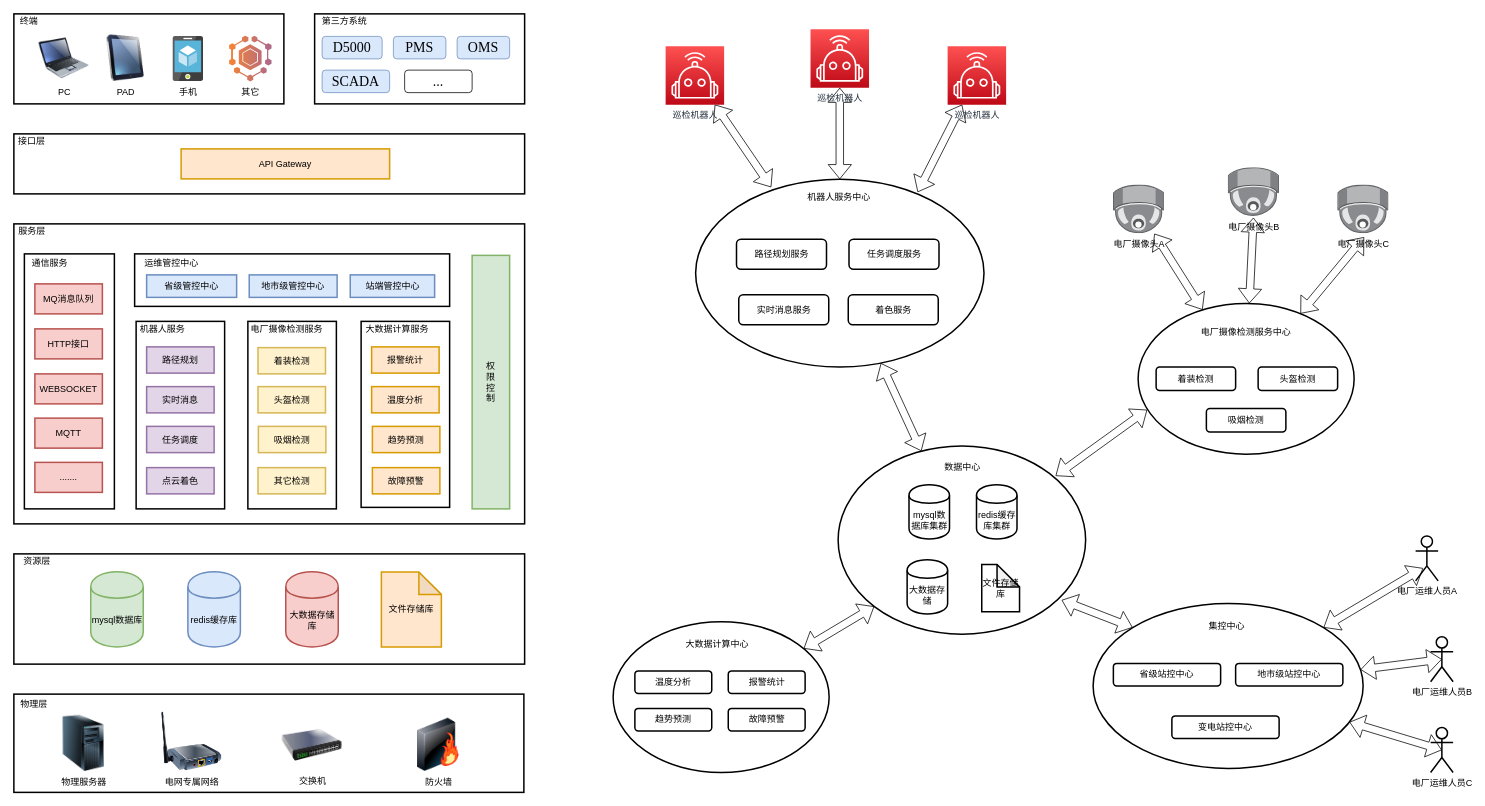
Earlier version of the draw.io diagram 易达智慧运维监控系统v2.0.drawio (wangyufei0807/draw). Source tidied: cells renumbered, new cells numbered last; positions are measured from the earlier drawing's top-left corner, leaving out a move shared by most shapes. Both pictures are drawn from the tidied source at 75%, with x=0, y=0 at pixel (14, 14).
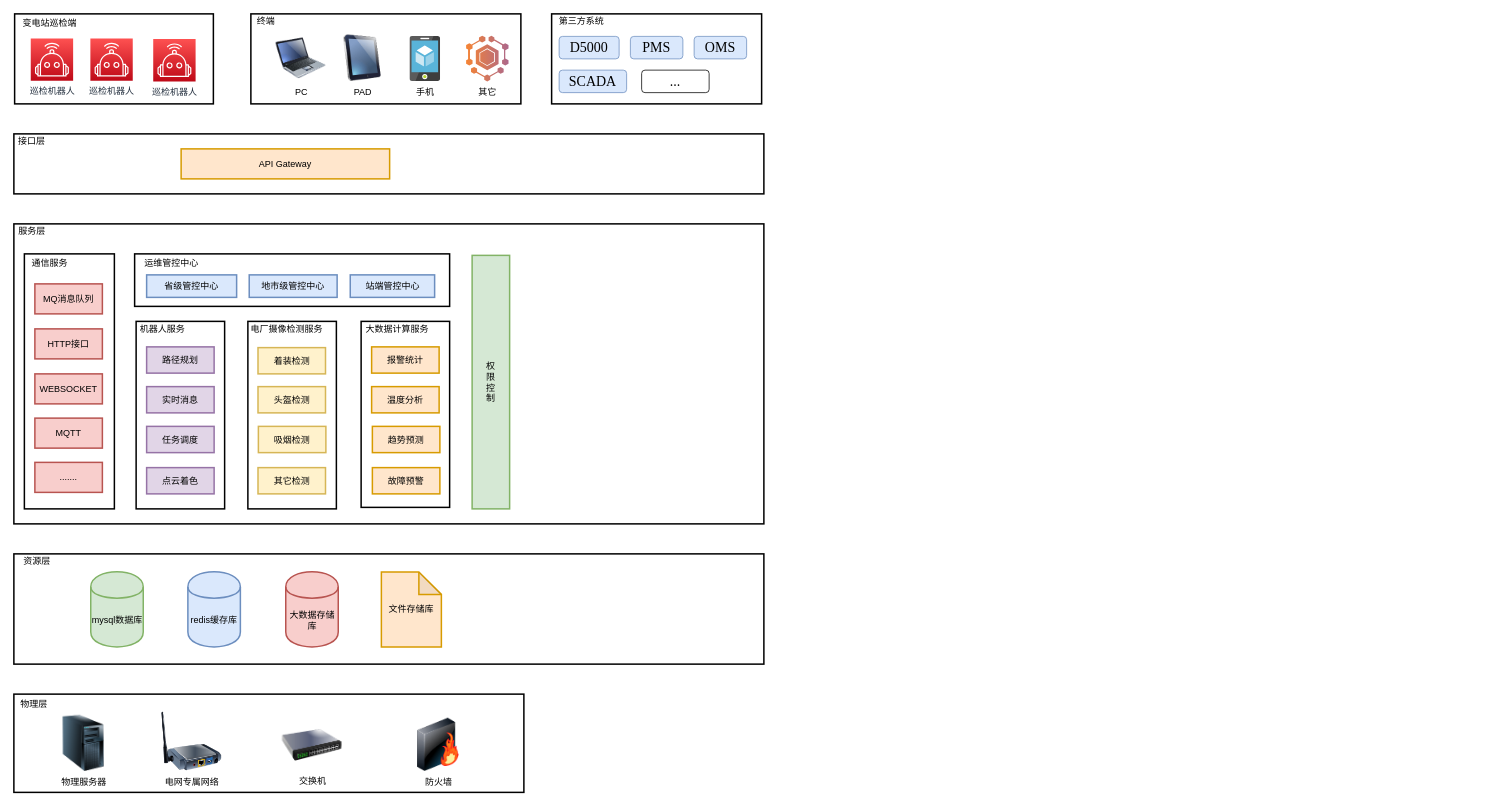
The same page after the edit.

Commit message (it also covers changes not shown here):
更新易达智慧运维监控系统v2.0.drawio

The edit, as a diff of the source:
```diff
@@
-    <mxCell id="2" style="shape=flexArrow;endArrow=classic;startArrow=classic;html=1;entryX=0.516;entryY=1.071;entryDx=0;entryDy=0;entryPerimeter=0;" parent="1" edge="1" source="3" target="94">
-      <mxGeometry relative="1" as="geometry" />
-    </mxCell>
-    <mxCell id="3" style="ellipse;whiteSpace=wrap;html=1;labelBackgroundColor=none;strokeWidth=2;fillColor=none;" parent="1" vertex="1">
-      <mxGeometry x="1499" y="386" width="288" height="201" as="geometry" />
-    </mxCell>
     <mxCell id="4" style="rounded=0;whiteSpace=wrap;html=1;labelBackgroundColor=#333333;strokeWidth=2;fillColor=none;" parent="1" vertex="1">
-      <mxGeometry y="280" width="681" height="400" as="geometry" />
+      <mxGeometry y="280" width="1000" height="400" as="geometry" />
     </mxCell>
@@
     <mxCell id="6" style="rounded=0;whiteSpace=wrap;html=1;strokeWidth=2;" parent="1" vertex="1">
-      <mxGeometry width="360" height="120" as="geometry" />
+      <mxGeometry x="316" width="360" height="120" as="geometry" />
     </mxCell>
     <mxCell id="7" style="rounded=0;whiteSpace=wrap;html=1;strokeWidth=2;" parent="1" vertex="1">
-      <mxGeometry x="401" width="280" height="120" as="geometry" />
+      <mxGeometry x="717" width="280" height="120" as="geometry" />
     </mxCell>
     <mxCell id="8" value="终端" style="text;html=1;strokeColor=none;fillColor=none;align=center;verticalAlign=middle;whiteSpace=wrap;rounded=0;" parent="1" vertex="1">
-      <mxGeometry width="41" height="20" as="geometry" />
+      <mxGeometry x="316" width="41" height="20" as="geometry" />
     </mxCell>
     <mxCell id="9" value="第三方系统" style="text;html=1;strokeColor=none;fillColor=none;align=center;verticalAlign=middle;whiteSpace=wrap;rounded=0;" parent="1" vertex="1">
-      <mxGeometry x="401" width="80" height="20" as="geometry" />
+      <mxGeometry x="717" width="80" height="20" as="geometry" />
     </mxCell>
     <mxCell id="10" value="&lt;span lang=&quot;EN-US&quot; style=&quot;white-space: normal ; font-size: 14pt ; font-family: &amp;#34;tim&amp;#34; , serif&quot;&gt;D5000&lt;/span&gt;&lt;span style=&quot;font-size: medium ; white-space: normal&quot;&gt;&lt;/span&gt;" style="rounded=1;whiteSpace=wrap;html=1;fillColor=#dae8fc;strokeColor=#6c8ebf;" parent="1" vertex="1">
-      <mxGeometry x="411" y="30" width="80" height="30" as="geometry" />
+      <mxGeometry x="727" y="30" width="80" height="30" as="geometry" />
     </mxCell>
     <mxCell id="11" value="&lt;span lang=&quot;EN-US&quot; style=&quot;white-space: normal ; font-size: 14pt ; font-family: &amp;#34;tim&amp;#34; , serif&quot;&gt;PMS&lt;/span&gt;&lt;span style=&quot;font-size: medium ; white-space: normal&quot;&gt;&lt;/span&gt;" style="rounded=1;whiteSpace=wrap;html=1;fillColor=#dae8fc;strokeColor=#6c8ebf;" parent="1" vertex="1">
-      <mxGeometry x="506" y="30" width="70" height="30" as="geometry" />
+      <mxGeometry x="822" y="30" width="70" height="30" as="geometry" />
     </mxCell>
     <mxCell id="12" value="&lt;span lang=&quot;EN-US&quot; style=&quot;font-size: 14pt ; font-family: &amp;#34;tim&amp;#34; , serif&quot;&gt;OMS&lt;/span&gt;&lt;span style=&quot;font-size: medium&quot;&gt;&lt;/span&gt;" style="rounded=1;whiteSpace=wrap;html=1;fillColor=#dae8fc;strokeColor=#6c8ebf;" parent="1" vertex="1">
-      <mxGeometry x="591" y="30" width="70" height="30" as="geometry" />
+      <mxGeometry x="907" y="30" width="70" height="30" as="geometry" />
     </mxCell>
     <mxCell id="13" value="&lt;span lang=&quot;EN-US&quot; style=&quot;font-size: 14pt ; font-family: &amp;#34;tim&amp;#34; , serif&quot;&gt;SCADA&lt;/span&gt;&lt;span style=&quot;font-size: medium&quot;&gt;&lt;/span&gt;" style="rounded=1;whiteSpace=wrap;html=1;fillColor=#dae8fc;strokeColor=#6c8ebf;" parent="1" vertex="1">
-      <mxGeometry x="411" y="75" width="90" height="30" as="geometry" />
+      <mxGeometry x="727" y="75" width="90" height="30" as="geometry" />
     </mxCell>
     <mxCell id="14" value="&lt;span lang=&quot;EN-US&quot; style=&quot;font-size: 14pt ; font-family: &amp;#34;tim&amp;#34; , serif&quot;&gt;...&lt;/span&gt;&lt;span style=&quot;font-size: medium&quot;&gt;&lt;/span&gt;" style="rounded=1;whiteSpace=wrap;html=1;" parent="1" vertex="1">
-      <mxGeometry x="521" y="75" width="90" height="30" as="geometry" />
+      <mxGeometry x="837" y="75" width="90" height="30" as="geometry" />
     </mxCell>
     <mxCell id="15" value="手机" style="html=1;align=center;image;fontSize=12;image=img/lib/mscae/App_Service_Mobile_App.svg;" parent="1" vertex="1">
-      <mxGeometry x="212" y="30" width="40.8" height="60" as="geometry" />
+      <mxGeometry x="528" y="30" width="40.8" height="60" as="geometry" />
     </mxCell>
     <mxCell id="16" value="其它" style="dashed=0;verticalLabelPosition=bottom;verticalAlign=top;align=center;html=1;shape=mxgraph.aws3.mobile_hub;fillColor=#AD688A;gradientColor=#F58435;gradientDirection=west;" parent="1" vertex="1">
-      <mxGeometry x="287" y="29" width="56.5" height="61" as="geometry" />
+      <mxGeometry x="603" y="29" width="56.5" height="61" as="geometry" />
     </mxCell>
     <mxCell id="17" style="rounded=0;whiteSpace=wrap;html=1;strokeWidth=2;" parent="1" vertex="1">
-      <mxGeometry y="160" width="681" height="80" as="geometry" />
+      <mxGeometry y="160" width="1000" height="80" as="geometry" />
     </mxCell>
@@
     <mxCell id="29" style="rounded=0;whiteSpace=wrap;html=1;labelBackgroundColor=none;strokeWidth=2;fillColor=none;" parent="1" vertex="1">
-      <mxGeometry y="720" width="681" height="147" as="geometry" />
+      <mxGeometry y="720" width="1000" height="147" as="geometry" />
     </mxCell>
@@
-    <mxCell id="34" style="ellipse;whiteSpace=wrap;html=1;labelBackgroundColor=none;strokeWidth=2;fillColor=none;" parent="1" vertex="1">
-      <mxGeometry x="1099" y="576" width="330" height="251" as="geometry" />
-    </mxCell>
-    <mxCell id="35" value="mysql数据库集群" style="shape=cylinder;whiteSpace=wrap;html=1;boundedLbl=1;backgroundOutline=1;labelBackgroundColor=none;strokeWidth=2;fillColor=none;" parent="1" vertex="1">
-      <mxGeometry x="1193.5" y="628" width="54" height="72" as="geometry" />
-    </mxCell>
-    <mxCell id="36" value="redis缓存库集群" style="shape=cylinder;whiteSpace=wrap;html=1;boundedLbl=1;backgroundOutline=1;labelBackgroundColor=none;strokeWidth=2;fillColor=none;" parent="1" vertex="1">
-      <mxGeometry x="1283.5" y="628" width="54" height="72" as="geometry" />
-    </mxCell>
-    <mxCell id="37" value="文件存储库" style="shape=note;whiteSpace=wrap;html=1;backgroundOutline=1;darkOpacity=0.05;labelBackgroundColor=none;strokeWidth=2;fillColor=none;" parent="1" vertex="1">
-      <mxGeometry x="1290.5" y="734" width="50.4" height="63" as="geometry" />
-    </mxCell>
-    <mxCell id="38" style="ellipse;whiteSpace=wrap;html=1;labelBackgroundColor=none;strokeWidth=2;fillColor=none;" parent="1" vertex="1">
-      <mxGeometry x="909" y="220.4" width="384.5" height="250.4" as="geometry" />
-    </mxCell>
@@
-    <mxCell id="40" value="数据中心" style="text;html=1;strokeColor=none;fillColor=none;align=center;verticalAlign=middle;whiteSpace=wrap;rounded=0;labelBackgroundColor=none;" parent="1" vertex="1">
-      <mxGeometry x="1240" y="595" width="50" height="20" as="geometry" />
-    </mxCell>
-    <mxCell id="41" value="机器人服务中心" style="text;html=1;strokeColor=none;fillColor=none;align=center;verticalAlign=middle;whiteSpace=wrap;rounded=0;labelBackgroundColor=none;" parent="1" vertex="1">
-      <mxGeometry x="1055" y="234.5" width="91" height="20" as="geometry" />
-    </mxCell>
-    <mxCell id="42" value="路径规划服务" style="rounded=1;whiteSpace=wrap;html=1;labelBackgroundColor=none;strokeWidth=2;fillColor=none;" parent="1" vertex="1">
-      <mxGeometry x="963.5" y="300.5" width="120" height="40" as="geometry" />
-    </mxCell>
-    <mxCell id="43" value="任务调度服务" style="rounded=1;whiteSpace=wrap;html=1;labelBackgroundColor=none;strokeWidth=2;fillColor=none;" parent="1" vertex="1">
-      <mxGeometry x="1113.5" y="300.5" width="120" height="40" as="geometry" />
-    </mxCell>
-    <mxCell id="44" value="实时消息服务" style="rounded=1;whiteSpace=wrap;html=1;labelBackgroundColor=none;strokeWidth=2;fillColor=none;" parent="1" vertex="1">
-      <mxGeometry x="966.5" y="374.5" width="120" height="40" as="geometry" />
-    </mxCell>
-    <mxCell id="45" value="着色服务" style="rounded=1;whiteSpace=wrap;html=1;labelBackgroundColor=none;strokeWidth=2;fillColor=none;" parent="1" vertex="1">
-      <mxGeometry x="1112.5" y="374.5" width="120" height="40" as="geometry" />
-    </mxCell>
-    <mxCell id="46" value="着装检测" style="rounded=1;whiteSpace=wrap;html=1;labelBackgroundColor=none;strokeWidth=2;fillColor=none;" parent="1" vertex="1">
-      <mxGeometry x="1523" y="470.8" width="106" height="31.5" as="geometry" />
-    </mxCell>
-    <mxCell id="47" style="ellipse;whiteSpace=wrap;html=1;labelBackgroundColor=none;strokeWidth=2;fillColor=none;" parent="1" vertex="1">
-      <mxGeometry x="799" y="810.5" width="288" height="201" as="geometry" />
-    </mxCell>
-    <mxCell id="48" value="电厂摄像检测服务中心" style="text;html=1;strokeColor=none;fillColor=none;align=center;verticalAlign=middle;whiteSpace=wrap;rounded=0;labelBackgroundColor=none;" parent="1" vertex="1">
-      <mxGeometry x="1578" y="414.5" width="130" height="20" as="geometry" />
-    </mxCell>
-    <mxCell id="49" value="大数据计算中心" style="text;html=1;strokeColor=none;fillColor=none;align=center;verticalAlign=middle;whiteSpace=wrap;rounded=0;labelBackgroundColor=none;" parent="1" vertex="1">
-      <mxGeometry x="893" y="830.5" width="90" height="20" as="geometry" />
-    </mxCell>
-    <mxCell id="50" value="温度分析" style="rounded=1;whiteSpace=wrap;html=1;labelBackgroundColor=none;strokeWidth=2;fillColor=none;" parent="1" vertex="1">
-      <mxGeometry x="828" y="876" width="102.5" height="30" as="geometry" />
-    </mxCell>
-    <mxCell id="51" style="ellipse;whiteSpace=wrap;html=1;labelBackgroundColor=none;strokeWidth=2;fillColor=none;" parent="1" vertex="1">
-      <mxGeometry x="1439" y="786" width="360" height="220" as="geometry" />
-    </mxCell>
-    <mxCell id="52" value="集控中心" style="text;html=1;strokeColor=none;fillColor=none;align=center;verticalAlign=middle;whiteSpace=wrap;rounded=0;labelBackgroundColor=none;" parent="1" vertex="1">
-      <mxGeometry x="1586" y="806" width="63" height="20" as="geometry" />
-    </mxCell>
-    <mxCell id="53" value="省级站控中心" style="rounded=1;whiteSpace=wrap;html=1;labelBackgroundColor=none;strokeWidth=2;fillColor=none;" parent="1" vertex="1">
-      <mxGeometry x="1466" y="866" width="143" height="30" as="geometry" />
-    </mxCell>
-    <mxCell id="54" value="地市级站控中心" style="rounded=1;whiteSpace=wrap;html=1;labelBackgroundColor=none;strokeWidth=2;fillColor=none;" parent="1" vertex="1">
-      <mxGeometry x="1629" y="866" width="143" height="30" as="geometry" />
-    </mxCell>
-    <mxCell id="55" value="变电站控中心" style="rounded=1;whiteSpace=wrap;html=1;labelBackgroundColor=none;strokeWidth=2;fillColor=none;" parent="1" vertex="1">
-      <mxGeometry x="1544" y="936" width="143" height="30" as="geometry" />
-    </mxCell>
-    <mxCell id="56" style="shape=flexArrow;endArrow=classic;startArrow=classic;html=1;entryX=0;entryY=1;entryDx=0;entryDy=0;" parent="1" edge="1" source="47" target="34">
-      <mxGeometry relative="1" as="geometry" />
-    </mxCell>
-    <mxCell id="57" style="shape=flexArrow;endArrow=classic;startArrow=classic;html=1;exitX=0;exitY=0;exitDx=0;exitDy=0;entryX=0.903;entryY=0.819;entryDx=0;entryDy=0;entryPerimeter=0;" parent="1" edge="1" source="51" target="34">
-      <mxGeometry relative="1" as="geometry" />
-    </mxCell>
-    <mxCell id="58" style="shape=flexArrow;endArrow=classic;startArrow=classic;html=1;" parent="1" edge="1" source="34" target="38">
-      <mxGeometry relative="1" as="geometry" />
-    </mxCell>
-    <mxCell id="59" style="shape=flexArrow;endArrow=classic;startArrow=classic;html=1;entryX=0.042;entryY=0.706;entryDx=0;entryDy=0;entryPerimeter=0;" parent="1" edge="1" target="3">
-      <mxGeometry relative="1" as="geometry">
-        <mxPoint x="1389" y="616" as="sourcePoint" />
-      </mxGeometry>
-    </mxCell>
-    <mxCell id="60" style="shape=flexArrow;endArrow=classic;startArrow=classic;html=1;exitX=0.77;exitY=0.069;exitDx=0;exitDy=0;exitPerimeter=0;" parent="1" edge="1" source="38" target="111">
-      <mxGeometry relative="1" as="geometry" />
-    </mxCell>
-    <mxCell id="61" style="shape=flexArrow;endArrow=classic;startArrow=classic;html=1;" parent="1" edge="1" source="38" target="110">
-      <mxGeometry relative="1" as="geometry" />
-    </mxCell>
-    <mxCell id="62" style="shape=flexArrow;endArrow=classic;startArrow=classic;html=1;exitX=0.262;exitY=0.043;exitDx=0;exitDy=0;exitPerimeter=0;" parent="1" edge="1" source="38" target="109">
-      <mxGeometry relative="1" as="geometry" />
-    </mxCell>
@@
-    <mxCell id="85" value="头盔检测" style="rounded=1;whiteSpace=wrap;html=1;labelBackgroundColor=none;strokeWidth=2;fillColor=none;" parent="1" vertex="1">
-      <mxGeometry x="1659" y="470.8" width="106" height="31.5" as="geometry" />
-    </mxCell>
-    <mxCell id="86" value="吸烟检测" style="rounded=1;whiteSpace=wrap;html=1;labelBackgroundColor=none;strokeWidth=2;fillColor=none;" parent="1" vertex="1">
-      <mxGeometry x="1590" y="526" width="106" height="31.5" as="geometry" />
-    </mxCell>
-    <mxCell id="87" value="报警统计" style="rounded=1;whiteSpace=wrap;html=1;labelBackgroundColor=none;strokeWidth=2;fillColor=none;" parent="1" vertex="1">
-      <mxGeometry x="952.5" y="876" width="102.5" height="30" as="geometry" />
-    </mxCell>
-    <mxCell id="88" value="趋势预测" style="rounded=1;whiteSpace=wrap;html=1;labelBackgroundColor=none;strokeWidth=2;fillColor=none;" parent="1" vertex="1">
-      <mxGeometry x="828" y="926" width="102.5" height="30" as="geometry" />
-    </mxCell>
-    <mxCell id="89" value="故障预警" style="rounded=1;whiteSpace=wrap;html=1;labelBackgroundColor=none;strokeWidth=2;fillColor=none;" parent="1" vertex="1">
-      <mxGeometry x="952.5" y="926" width="102.5" height="30" as="geometry" />
-    </mxCell>
-    <mxCell id="90" value="电厂摄像头A" style="points=[];html=1;align=center;shadow=0;dashed=0;image;image=img/lib/allied_telesis/security/Surveillance_Camera_Ceiling.svg;labelBackgroundColor=none;strokeWidth=2;fillColor=none;" parent="1" vertex="1">
-      <mxGeometry x="1466" y="228.1" width="68.3" height="65" as="geometry" />
-    </mxCell>
-    <mxCell id="91" value="电厂摄像头B" style="points=[];html=1;align=center;shadow=0;dashed=0;image;image=img/lib/allied_telesis/security/Surveillance_Camera_Ceiling.svg;labelBackgroundColor=none;strokeWidth=2;fillColor=none;" parent="1" vertex="1">
-      <mxGeometry x="1619" y="204.9" width="68.3" height="65" as="geometry" />
-    </mxCell>
-    <mxCell id="92" style="shape=flexArrow;endArrow=classic;startArrow=classic;html=1;" parent="1" edge="1" source="3" target="90">
-      <mxGeometry relative="1" as="geometry" />
-    </mxCell>
-    <mxCell id="93" style="shape=flexArrow;endArrow=classic;startArrow=classic;html=1;entryX=0.495;entryY=1.027;entryDx=0;entryDy=0;entryPerimeter=0;" parent="1" edge="1" source="3" target="91">
-      <mxGeometry relative="1" as="geometry" />
-    </mxCell>
-    <mxCell id="94" value="电厂摄像头C" style="points=[];html=1;align=center;shadow=0;dashed=0;image;image=img/lib/allied_telesis/security/Surveillance_Camera_Ceiling.svg;labelBackgroundColor=none;strokeWidth=2;fillColor=none;" parent="1" vertex="1">
-      <mxGeometry x="1765" y="228.1" width="68.3" height="65" as="geometry" />
-    </mxCell>
-    <mxCell id="95" value="电厂运维人员A" style="shape=umlActor;verticalLabelPosition=bottom;labelBackgroundColor=#ffffff;verticalAlign=top;html=1;strokeWidth=2;fillColor=none;" parent="1" vertex="1">
-      <mxGeometry x="1869" y="696" width="30" height="60" as="geometry" />
-    </mxCell>
-    <mxCell id="96" value="电厂运维人员B" style="shape=umlActor;verticalLabelPosition=bottom;labelBackgroundColor=#ffffff;verticalAlign=top;html=1;strokeWidth=2;fillColor=none;" parent="1" vertex="1">
-      <mxGeometry x="1889" y="830.5" width="30" height="60" as="geometry" />
-    </mxCell>
-    <mxCell id="97" value="电厂运维人员C" style="shape=umlActor;verticalLabelPosition=bottom;labelBackgroundColor=#ffffff;verticalAlign=top;html=1;strokeWidth=2;fillColor=none;" parent="1" vertex="1">
-      <mxGeometry x="1889" y="951.5" width="30" height="60" as="geometry" />
-    </mxCell>
-    <mxCell id="98" style="shape=flexArrow;endArrow=classic;startArrow=classic;html=1;entryX=0.333;entryY=0.717;entryDx=0;entryDy=0;entryPerimeter=0;exitX=1;exitY=0;exitDx=0;exitDy=0;" parent="1" edge="1" source="51" target="95">
-      <mxGeometry relative="1" as="geometry" />
-    </mxCell>
-    <mxCell id="99" style="shape=flexArrow;endArrow=classic;startArrow=classic;html=1;entryX=0.5;entryY=0.5;entryDx=0;entryDy=0;entryPerimeter=0;" parent="1" edge="1" source="51" target="96">
-      <mxGeometry relative="1" as="geometry" />
-    </mxCell>
-    <mxCell id="100" style="shape=flexArrow;endArrow=classic;startArrow=classic;html=1;entryX=0.5;entryY=0.5;entryDx=0;entryDy=0;entryPerimeter=0;" parent="1" edge="1" source="51" target="97">
-      <mxGeometry relative="1" as="geometry" />
-    </mxCell>
-    <mxCell id="101" value="大数据存储" style="shape=cylinder;whiteSpace=wrap;html=1;boundedLbl=1;backgroundOutline=1;labelBackgroundColor=none;strokeWidth=2;fillColor=none;" parent="1" vertex="1">
-      <mxGeometry x="1191" y="728" width="54" height="72" as="geometry" />
-    </mxCell>
@@
     <mxCell id="108" value="PAD" style="image;html=1;labelBackgroundColor=#ffffff;image=img/lib/clip_art/computers/iPad_128x128.png;strokeWidth=2;fillColor=none;" parent="1" vertex="1">
-      <mxGeometry x="118" y="28" width="62" height="62" as="geometry" />
+      <mxGeometry x="434" y="28" width="62" height="62" as="geometry" />
     </mxCell>
-    <mxCell id="109" value="巡检机器人" style="outlineConnect=0;fontColor=#232F3E;gradientColor=#FE5151;gradientDirection=north;fillColor=#BE0917;strokeColor=#ffffff;dashed=0;verticalLabelPosition=bottom;verticalAlign=top;align=center;html=1;fontSize=12;fontStyle=0;shape=mxgraph.aws4.resourceIcon;resIcon=mxgraph.aws4.robotics;labelBackgroundColor=none;" parent="1" vertex="1">
-      <mxGeometry x="869" y="43" width="78" height="78" as="geometry" />
-    </mxCell>
-    <mxCell id="110" value="巡检机器人" style="outlineConnect=0;fontColor=#232F3E;gradientColor=#FE5151;gradientDirection=north;fillColor=#BE0917;strokeColor=#ffffff;dashed=0;verticalLabelPosition=bottom;verticalAlign=top;align=center;html=1;fontSize=12;fontStyle=0;shape=mxgraph.aws4.resourceIcon;resIcon=mxgraph.aws4.robotics;labelBackgroundColor=none;" parent="1" vertex="1">
-      <mxGeometry x="1062.2" y="20.5" width="78" height="78" as="geometry" />
-    </mxCell>
-    <mxCell id="111" value="巡检机器人" style="outlineConnect=0;fontColor=#232F3E;gradientColor=#FE5151;gradientDirection=north;fillColor=#BE0917;strokeColor=#ffffff;dashed=0;verticalLabelPosition=bottom;verticalAlign=top;align=center;html=1;fontSize=12;fontStyle=0;shape=mxgraph.aws4.resourceIcon;resIcon=mxgraph.aws4.robotics;labelBackgroundColor=none;" parent="1" vertex="1">
-      <mxGeometry x="1245" y="43" width="78" height="78" as="geometry" />
-    </mxCell>
     <mxCell id="112" value="PC" style="image;html=1;labelBackgroundColor=#ffffff;image=img/lib/clip_art/computers/Laptop_128x128.png;strokeWidth=2;fillColor=none;" parent="1" vertex="1">
-      <mxGeometry x="33.5" y="28" width="66.5" height="62" as="geometry" />
+      <mxGeometry x="349.5" y="28" width="66.5" height="62" as="geometry" />
     </mxCell>
+    <mxCell id="113" style="rounded=0;whiteSpace=wrap;html=1;labelBackgroundColor=none;strokeWidth=2;fillColor=none;" parent="1" vertex="1">
+      <mxGeometry x="1" width="265" height="120" as="geometry" />
+    </mxCell>
+    <mxCell id="114" value="巡检机器人" style="fontColor=#232F3E;gradientColor=#FE5151;gradientDirection=north;fillColor=#BE0917;strokeColor=#ffffff;dashed=0;verticalLabelPosition=bottom;verticalAlign=top;align=center;html=1;fontSize=12;fontStyle=0;shape=mxgraph.aws4.resourceIcon;resIcon=mxgraph.aws4.robotics;labelBackgroundColor=none;" parent="1" vertex="1">
+      <mxGeometry x="22.5" y="32.8" width="56.5" height="56.5" as="geometry" />
+    </mxCell>
+    <mxCell id="115" value="变电站巡检端" style="text;html=1;strokeColor=none;fillColor=none;align=center;verticalAlign=middle;whiteSpace=wrap;rounded=0;labelBackgroundColor=none;" parent="1" vertex="1">
+      <mxGeometry x="4.5" y="2" width="85.5" height="20" as="geometry" />
+    </mxCell>
+    <mxCell id="116" value="巡检机器人" style="fontColor=#232F3E;gradientColor=#FE5151;gradientDirection=north;fillColor=#BE0917;strokeColor=#ffffff;dashed=0;verticalLabelPosition=bottom;verticalAlign=top;align=center;html=1;fontSize=12;fontStyle=0;shape=mxgraph.aws4.resourceIcon;resIcon=mxgraph.aws4.robotics;labelBackgroundColor=none;" parent="1" vertex="1">
+      <mxGeometry x="102" y="32.8" width="56.5" height="56.5" as="geometry" />
+    </mxCell>
+    <mxCell id="117" value="巡检机器人" style="fontColor=#232F3E;gradientColor=#FE5151;gradientDirection=north;fillColor=#BE0917;strokeColor=#ffffff;dashed=0;verticalLabelPosition=bottom;verticalAlign=top;align=center;html=1;fontSize=12;fontStyle=0;shape=mxgraph.aws4.resourceIcon;resIcon=mxgraph.aws4.robotics;labelBackgroundColor=none;" parent="1" vertex="1">
+      <mxGeometry x="185.8" y="33.5" width="56.5" height="56.5" as="geometry" />
+    </mxCell>
```
